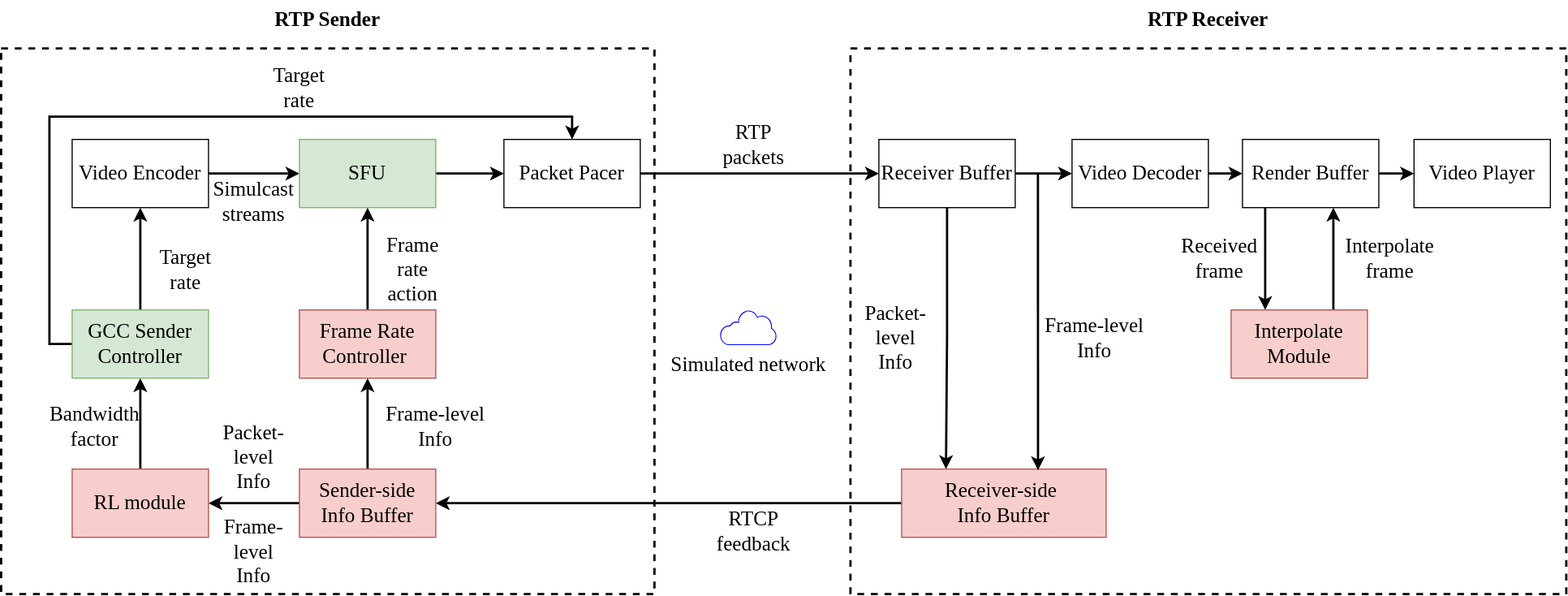
Earlier version of the draw.io export system.drawio.svg (xiaosayin/c-educoder). Source tidied: cells renumbered, new cells last; positions are measured from the earlier drawing's top-left corner, leaving out a move shared by most shapes.
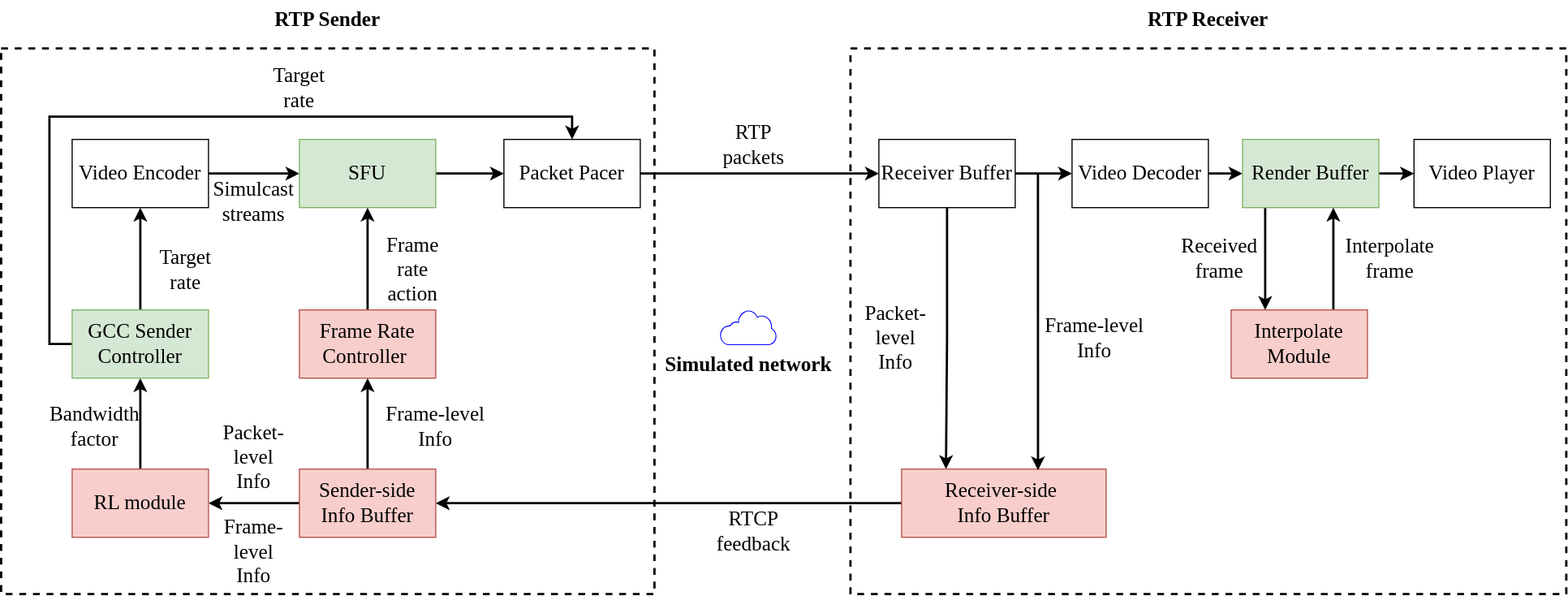
The same file after the commit.

Diff of the diagram source:
```diff
@@ -54,7 +54,7 @@
     <mxCell id="15" style="edgeStyle=orthogonalEdgeStyle;rounded=0;jettySize=auto;html=1;strokeWidth=2;fontFamily=Times New Roman;fontSize=18;" parent="1" edge="1" source="16" target="21">
       <mxGeometry relative="1" as="geometry" />
     </mxCell>
-    <mxCell id="16" value="&lt;font style=&quot;font-size: 18px;&quot;&gt;Render Buffer&lt;/font&gt;" style="rounded=0;whiteSpace=wrap;html=1;fontFamily=Times New Roman;fontSize=18;" parent="1" vertex="1">
+    <mxCell id="16" value="&lt;font style=&quot;font-size: 18px;&quot;&gt;Render Buffer&lt;/font&gt;" style="rounded=0;whiteSpace=wrap;html=1;fontFamily=Times New Roman;fontSize=18;fillColor=#d5e8d4;strokeColor=#82b366;" parent="1" vertex="1">
       <mxGeometry x="1092" y="120" width="120" height="60" as="geometry" />
     </mxCell>
     <mxCell id="17" style="edgeStyle=orthogonalEdgeStyle;rounded=0;jettySize=auto;html=1;strokeWidth=2;fontFamily=Times New Roman;fontSize=18;" parent="1" edge="1" source="18" target="16">
@@ -163,7 +163,7 @@
     <mxCell id="49" value="&lt;font style=&quot;font-size: 18px;&quot;&gt;RTCP feedback&lt;/font&gt;" style="text;html=1;strokeColor=none;fillColor=none;align=center;verticalAlign=middle;whiteSpace=wrap;rounded=0;dashed=1;strokeWidth=2;fontFamily=Times New Roman;fontSize=18;" parent="1" vertex="1">
       <mxGeometry x="632" y="450" width="60" height="30" as="geometry" />
     </mxCell>
-    <mxCell id="50" value="Simulated network" style="sketch=0;shadow=0;dashed=0;html=1;strokeColor=none;labelPosition=center;verticalLabelPosition=bottom;verticalAlign=top;align=center;fillColor=#0000FF;shape=mxgraph.mscae.enterprise.internet_hollow;strokeWidth=2;fontFamily=Times New Roman;fontSize=18;" parent="1" vertex="1">
+    <mxCell id="50" value="Simulated network" style="sketch=0;shadow=0;dashed=0;html=1;strokeColor=none;labelPosition=center;verticalLabelPosition=bottom;verticalAlign=top;align=center;fillColor=#0000FF;shape=mxgraph.mscae.enterprise.internet_hollow;strokeWidth=2;fontFamily=Times New Roman;fontSize=18;fontStyle=1;" parent="1" vertex="1">
       <mxGeometry x="632" y="270" width="50" height="31" as="geometry" />
     </mxCell>
   </root>
```
